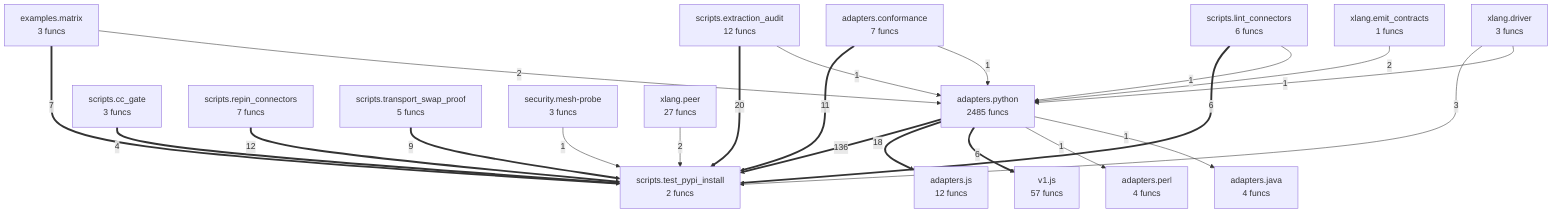
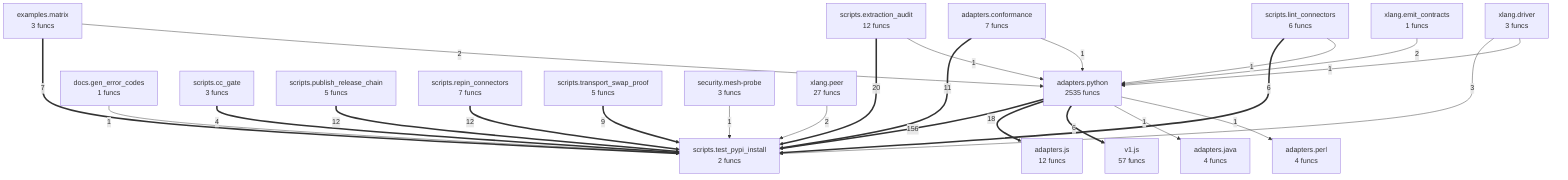
flowchart TD
- %% generated in 0.06s
+ %% generated in 0.07s
    adapters__conformance["adapters.conformance<br/>7 funcs"]
    adapters__java["adapters.java<br/>4 funcs"]
    adapters__js["adapters.js<br/>12 funcs"]
    adapters__perl["adapters.perl<br/>4 funcs"]
-     adapters__python["adapters.python<br/>2485 funcs"]
+     adapters__python["adapters.python<br/>2535 funcs"]
+     docs__gen_error_codes["docs.gen_error_codes<br/>1 funcs"]
    examples__matrix["examples.matrix<br/>3 funcs"]
    scripts__cc_gate["scripts.cc_gate<br/>3 funcs"]
    scripts__extraction_audit["scripts.extraction_audit<br/>12 funcs"]
    scripts__lint_connectors["scripts.lint_connectors<br/>6 funcs"]
+     scripts__publish_release_chain["scripts.publish_release_chain<br/>5 funcs"]
    scripts__repin_connectors["scripts.repin_connectors<br/>7 funcs"]
    scripts__test_pypi_install["scripts.test_pypi_install<br/>2 funcs"]
    scripts__transport_swap_proof["scripts.transport_swap_proof<br/>5 funcs"]
    security__mesh_probe["security.mesh-probe<br/>3 funcs"]
    v1__js["v1.js<br/>57 funcs"]
    xlang__driver["xlang.driver<br/>3 funcs"]
    xlang__emit_contracts["xlang.emit_contracts<br/>1 funcs"]
    xlang__peer["xlang.peer<br/>27 funcs"]
-     adapters__python ==>|136| scripts__test_pypi_install
+     adapters__python ==>|156| scripts__test_pypi_install
    scripts__extraction_audit ==>|20| scripts__test_pypi_install
    adapters__python ==>|18| adapters__js
    scripts__repin_connectors ==>|12| scripts__test_pypi_install
+     scripts__publish_release_chain ==>|12| scripts__test_pypi_install
    adapters__conformance ==>|11| scripts__test_pypi_install
    scripts__transport_swap_proof ==>|9| scripts__test_pypi_install
    examples__matrix ==>|7| scripts__test_pypi_install
    scripts__lint_connectors ==>|6| scripts__test_pypi_install
    adapters__python ==>|6| v1__js
    scripts__cc_gate ==>|4| scripts__test_pypi_install
    xlang__driver -->|3| scripts__test_pypi_install
    examples__matrix -->|2| adapters__python
    xlang__emit_contracts -->|2| adapters__python
    xlang__peer -->|2| scripts__test_pypi_install
    security__mesh_probe -->|1| scripts__test_pypi_install
    scripts__lint_connectors -->|1| adapters__python
    scripts__extraction_audit -->|1| adapters__python
    adapters__conformance -->|1| adapters__python
-     adapters__python -->|1| adapters__perl
    adapters__python -->|1| adapters__java
    xlang__driver -->|1| adapters__python
+     docs__gen_error_codes -->|1| scripts__test_pypi_install
+     adapters__python -->|1| adapters__perl
